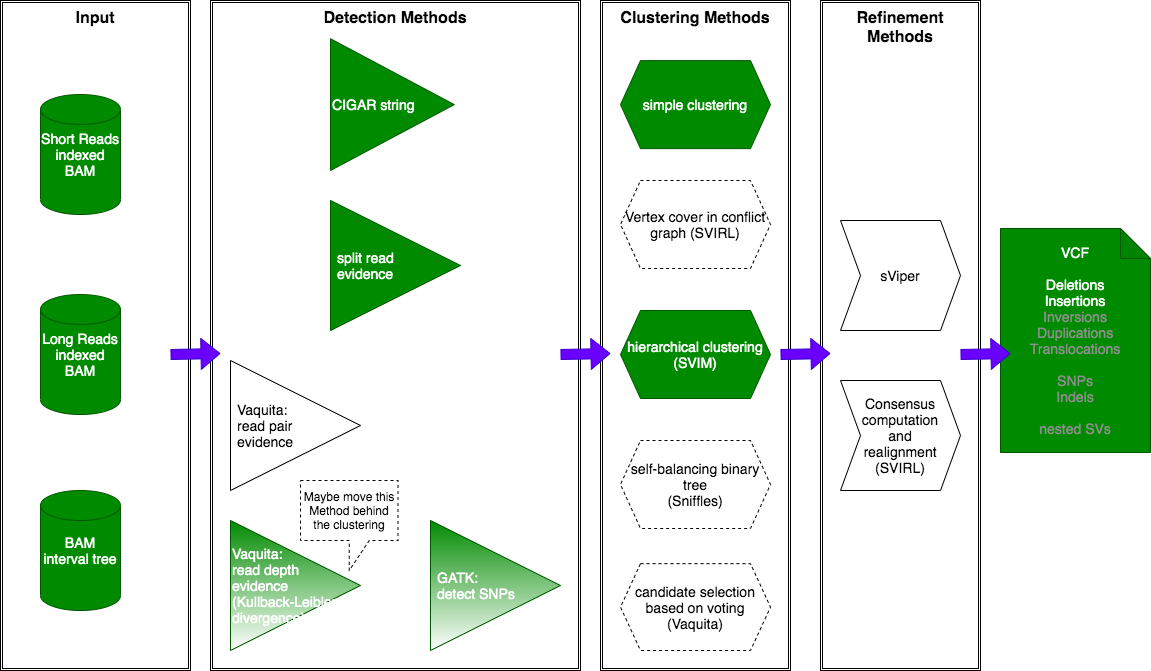
The draw.io diagram doc/iGenVar_Workflow.png in seqan/iGenVar, before a commit. Source tidied: cells renumbered, new cells last; positions are measured from the earlier drawing's top-left corner, leaving out a move shared by most shapes.
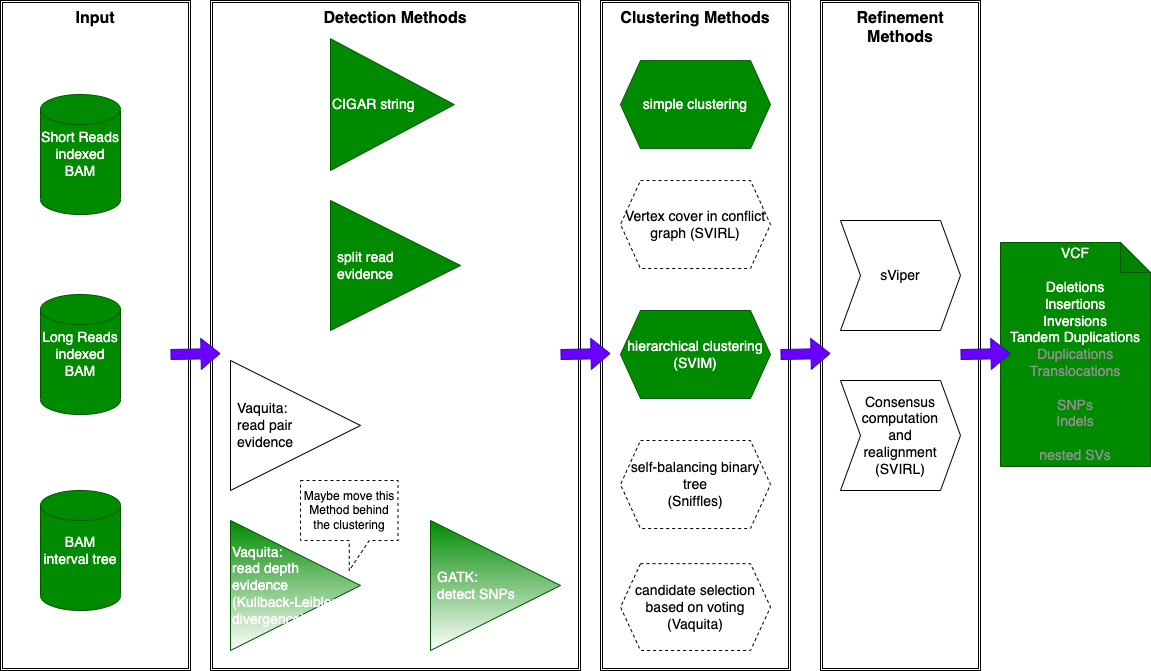
The same file after the commit.

What changed in the source:
```diff
@@ -14,8 +14,8 @@
     <mxCell id="5" value="&lt;b&gt;&lt;font style=&quot;font-size: 16px&quot;&gt;Clustering Methods&lt;/font&gt;&lt;/b&gt;" style="shape=ext;double=1;rounded=0;whiteSpace=wrap;html=1;verticalAlign=top;" parent="1" vertex="1">
       <mxGeometry x="600" width="190" height="670" as="geometry" />
     </mxCell>
-    <mxCell id="6" value="VCF&lt;br&gt;&lt;br&gt;Deletions&lt;br&gt;Insertions&lt;br&gt;&lt;font color=&quot;#8f8f8f&quot;&gt;Inversions&lt;br&gt;Duplications&lt;br&gt;Translocations&lt;br&gt;&lt;br&gt;SNPs&lt;br&gt;Indels&lt;br&gt;&lt;br&gt;nested SVs&lt;br&gt;&lt;/font&gt;" style="shape=note;whiteSpace=wrap;html=1;backgroundOutline=1;darkOpacity=0.05;fontSize=14;fillColor=#008a00;strokeColor=#005700;fontColor=#ffffff;" parent="1" vertex="1">
-      <mxGeometry x="1000" y="228" width="150" height="224" as="geometry" />
+    <mxCell id="6" value="VCF&lt;br&gt;&lt;br&gt;Deletions&lt;br&gt;Insertions&lt;br&gt;Inversions&lt;br&gt;Tandem Duplications&lt;br&gt;&lt;font color=&quot;#8f8f8f&quot;&gt;Duplications&lt;/font&gt;&lt;br&gt;&lt;font color=&quot;#8f8f8f&quot;&gt;Translocations&lt;/font&gt;&lt;br&gt;&lt;br&gt;&lt;font color=&quot;#8f8f8f&quot;&gt;SNPs&lt;/font&gt;&lt;br&gt;&lt;font color=&quot;#8f8f8f&quot;&gt;Indels&lt;/font&gt;&lt;br&gt;&lt;br&gt;&lt;font color=&quot;#8f8f8f&quot;&gt;nested SVs&lt;/font&gt;" style="shape=note;whiteSpace=wrap;html=1;backgroundOutline=1;darkOpacity=0.05;fontSize=14;fillColor=#008a00;strokeColor=#005700;fontColor=#ffffff;" parent="1" vertex="1">
+      <mxGeometry x="1000" y="242" width="150" height="224" as="geometry" />
     </mxCell>
     <mxCell id="7" value="sViper" style="shape=step;perimeter=stepPerimeter;whiteSpace=wrap;html=1;fixedSize=1;labelBackgroundColor=none;fontSize=14;" parent="1" vertex="1">
       <mxGeometry x="840" y="220" width="120" height="110" as="geometry" />
```
